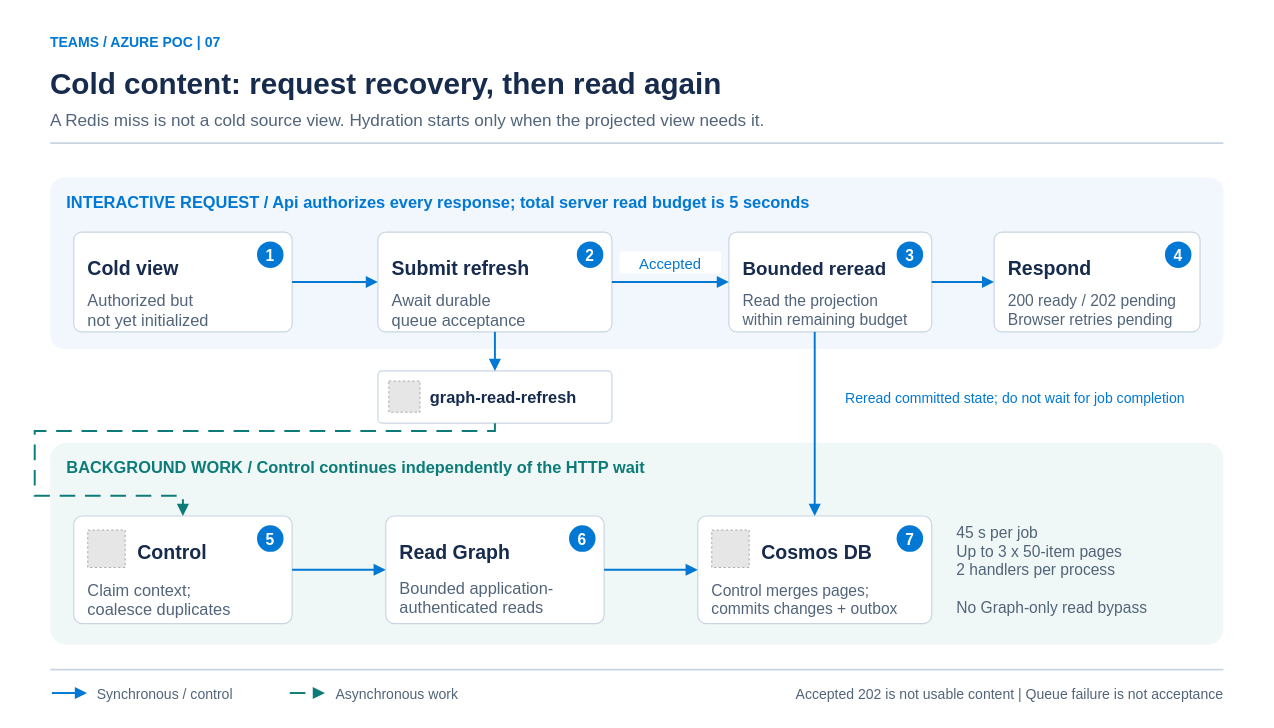
The draw.io diagram docs/architecture/diagrams/cold-view-hydration.drawio in rmoreirao/ms-teams-custom-app, before the edit. Source tidied: cells renumbered, new cells numbered last; positions are measured from the earlier drawing's top-left corner, leaving out a move shared by most shapes. Both pictures are drawn from the tidied source at 78%, with x=0, y=0 at pixel (12, 12). Pictures stored in the file or linked from it are replaced by grey dashed boxes.
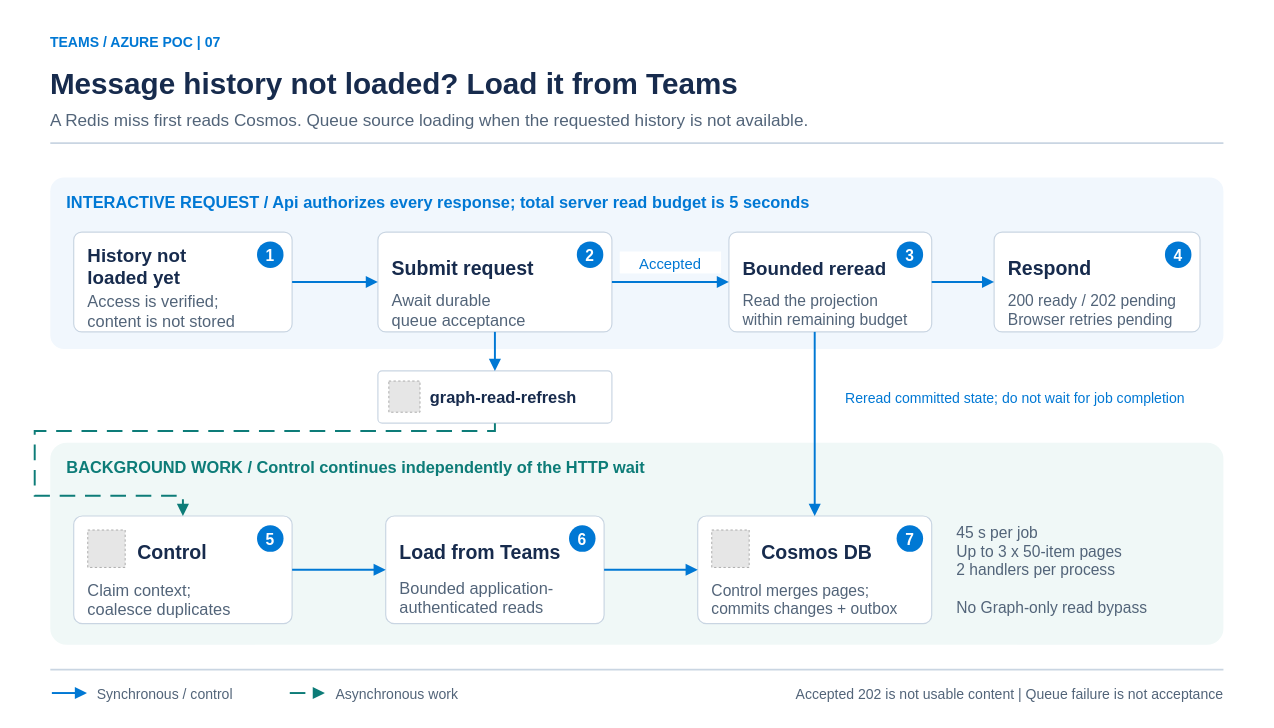
After the change.

Unchanged cells that the change refers to:
```xml
<mxCell id="9" style="rounded=1;arcSize=8;whiteSpace=wrap;html=0;fillColor=#FFFFFF;strokeColor=#C9D5E2;strokeWidth=1.5;dashed=0;" parent="1" vertex="1">
  <mxGeometry x="78" y="281" width="280" height="128" as="geometry" />
</mxCell>
<mxCell id="13" style="rounded=1;arcSize=8;whiteSpace=wrap;html=0;fillColor=#FFFFFF;strokeColor=#C9D5E2;strokeWidth=1.5;dashed=0;" parent="1" vertex="1">
  <mxGeometry x="468" y="281" width="300" height="128" as="geometry" />
</mxCell>
<mxCell id="40" style="rounded=1;arcSize=8;whiteSpace=wrap;html=0;fillColor=#FFFFFF;strokeColor=#C9D5E2;strokeWidth=1.5;dashed=0;" parent="1" vertex="1">
  <mxGeometry x="478" y="645" width="280" height="138" as="geometry" />
</mxCell>
```

What changed in the source:
```diff
@@
-    <mxCell id="4" value="Cold content: request recovery, then read again" style="text;html=0;whiteSpace=nowrap;overflow=visible;align=left;verticalAlign=middle;fontFamily=Arial;fontSize=38;fontColor=#172B4D;fontStyle=1;spacing=0;strokeColor=none;fillColor=none;" parent="1" vertex="1">
+    <mxCell id="4" value="Message history not loaded? Load it from Teams" style="text;html=0;whiteSpace=nowrap;overflow=visible;align=left;verticalAlign=middle;fontFamily=Arial;fontSize=38;fontColor=#172B4D;fontStyle=1;spacing=0;strokeColor=none;fillColor=none;" parent="1" vertex="1">
       <mxGeometry x="48" y="61" width="1500" height="50" as="geometry" />
     </mxCell>
-    <mxCell id="5" value="A Redis miss is not a cold source view. Hydration starts only when the projected view needs it." style="text;html=0;whiteSpace=nowrap;overflow=visible;align=left;verticalAlign=middle;fontFamily=Arial;fontSize=22;fontColor=#526479;fontStyle=0;spacing=0;strokeColor=none;fillColor=none;" parent="1" vertex="1">
+    <mxCell id="5" value="A Redis miss first reads Cosmos. Queue source loading when the requested history is not available." style="text;html=0;whiteSpace=nowrap;overflow=visible;align=left;verticalAlign=middle;fontFamily=Arial;fontSize=22;fontColor=#526479;fontStyle=0;spacing=0;strokeColor=none;fillColor=none;" parent="1" vertex="1">
       <mxGeometry x="48" y="118" width="1500" height="35" as="geometry" />
     </mxCell>
@@
-    <mxCell id="11" value="Cold view" style="text;html=0;whiteSpace=nowrap;overflow=visible;align=left;verticalAlign=middle;fontFamily=Arial;fontSize=25;fontColor=#172B4D;fontStyle=1;spacing=0;strokeColor=none;fillColor=none;" parent="9" vertex="1">
-      <mxGeometry x="18" y="16" width="244" height="56" as="geometry" />
+    <mxCell id="11" value="History not&#10;loaded yet" style="text;html=0;whiteSpace=nowrap;overflow=visible;align=left;verticalAlign=middle;fontFamily=Arial;fontSize=24;fontColor=#172B4D;fontStyle=1;spacing=0;strokeColor=none;fillColor=none;" parent="9" vertex="1">
+      <mxGeometry x="18" y="12" width="244" height="60" as="geometry" />
     </mxCell>
-    <mxCell id="12" value="Authorized but&#10;not yet initialized" style="text;html=0;whiteSpace=nowrap;overflow=visible;align=left;verticalAlign=middle;fontFamily=Arial;fontSize=21;fontColor=#526479;fontStyle=0;spacing=0;strokeColor=none;fillColor=none;" parent="9" vertex="1">
-      <mxGeometry x="18" y="82" width="244" height="33" as="geometry" />
+    <mxCell id="12" value="Access is verified;&#10;content is not stored" style="text;html=0;whiteSpace=nowrap;overflow=visible;align=left;verticalAlign=middle;fontFamily=Arial;fontSize=21;fontColor=#526479;fontStyle=0;spacing=0;strokeColor=none;fillColor=none;" parent="9" vertex="1">
+      <mxGeometry x="18" y="79" width="244" height="42" as="geometry" />
     </mxCell>
@@
-    <mxCell id="15" value="Submit refresh" style="text;html=0;whiteSpace=nowrap;overflow=visible;align=left;verticalAlign=middle;fontFamily=Arial;fontSize=25;fontColor=#172B4D;fontStyle=1;spacing=0;strokeColor=none;fillColor=none;" parent="13" vertex="1">
+    <mxCell id="15" value="Submit request" style="text;html=0;whiteSpace=nowrap;overflow=visible;align=left;verticalAlign=middle;fontFamily=Arial;fontSize=25;fontColor=#172B4D;fontStyle=1;spacing=0;strokeColor=none;fillColor=none;" parent="13" vertex="1">
       <mxGeometry x="18" y="16" width="264" height="56" as="geometry" />
     </mxCell>
@@
-    <mxCell id="42" value="Read Graph" style="text;html=0;whiteSpace=nowrap;overflow=visible;align=left;verticalAlign=middle;fontFamily=Arial;fontSize=25;fontColor=#172B4D;fontStyle=1;spacing=0;strokeColor=none;fillColor=none;" parent="40" vertex="1">
+    <mxCell id="42" value="Load from Teams" style="text;html=0;whiteSpace=nowrap;overflow=visible;align=left;verticalAlign=middle;fontFamily=Arial;fontSize=25;fontColor=#172B4D;fontStyle=1;spacing=0;strokeColor=none;fillColor=none;" parent="40" vertex="1">
       <mxGeometry x="18" y="16" width="244" height="56" as="geometry" />
     </mxCell>
```
